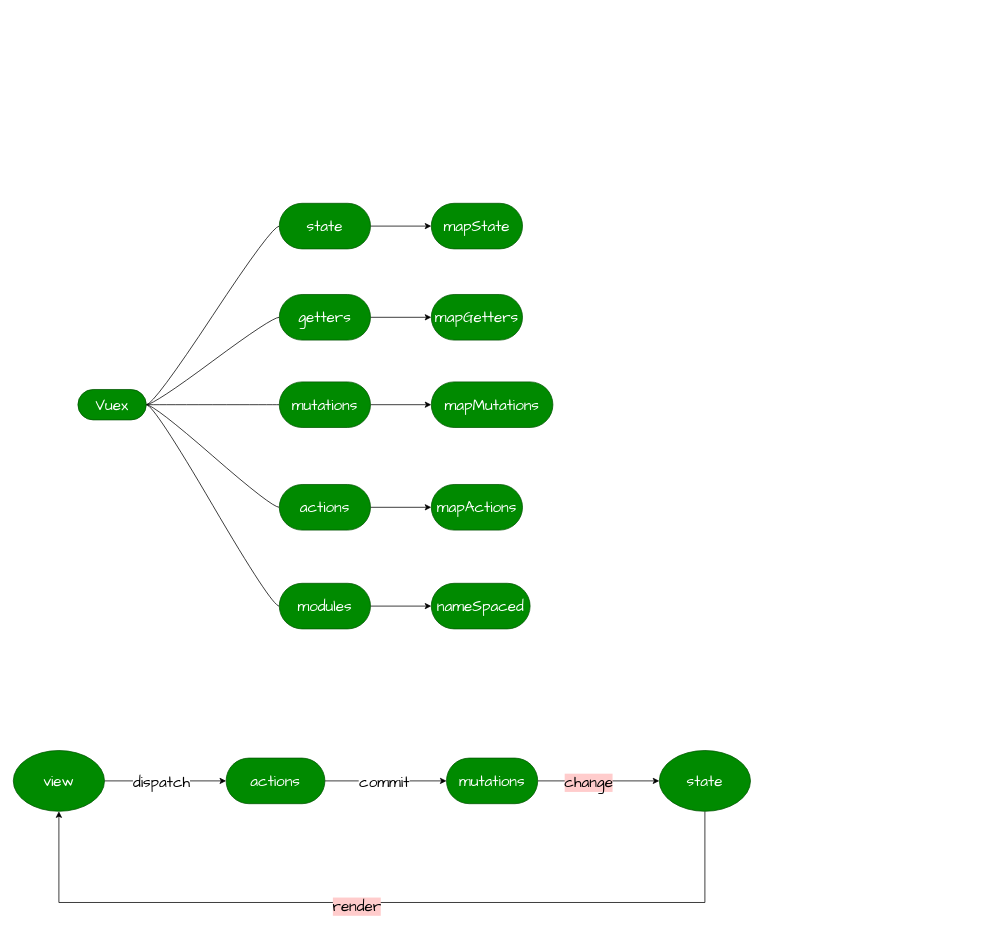
Above: Vuex_v3.x.drawio in sunflower-x/DrawRep (draw.io), before the change. Source tidied: cells renumbered, new cells numbered last; positions are measured from the earlier drawing's top-left corner, leaving out a move shared by most shapes. Both pictures are drawn from the tidied source at 76%, with x=0, y=0 at pixel (13, 203).
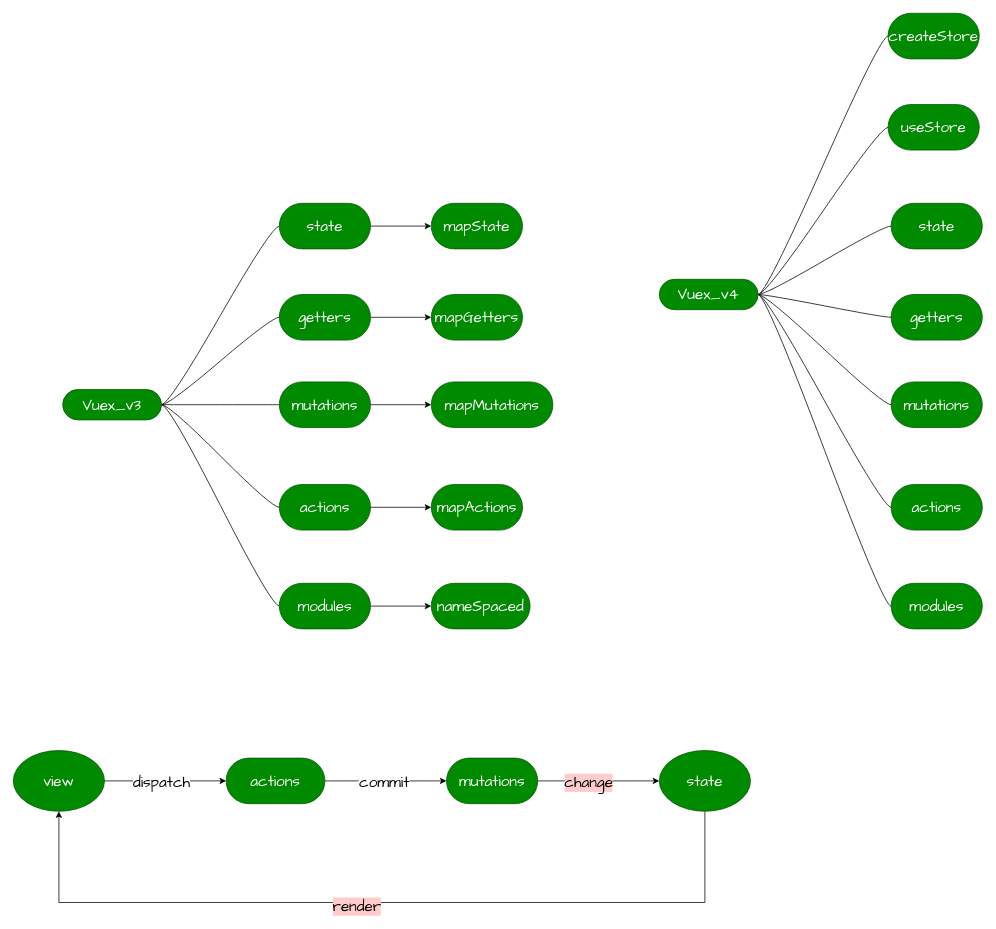
After the change.

Diff of the diagram source:
```diff
@@
-    <mxCell id="7" value="Vuex" style="whiteSpace=wrap;html=1;rounded=1;arcSize=50;align=center;verticalAlign=middle;strokeWidth=1;spacing=4;newEdgeStyle={&quot;edgeStyle&quot;:&quot;entityRelationEdgeStyle&quot;,&quot;startArrow&quot;:&quot;none&quot;,&quot;endArrow&quot;:&quot;none&quot;,&quot;segment&quot;:10,&quot;curved&quot;:1,&quot;sourcePerimeterSpacing&quot;:0,&quot;targetPerimeterSpacing&quot;:0};fontFamily=Comic Sans MS;fillColor=#008a00;fontColor=#ffffff;strokeColor=#005700;fontSize=20;" parent="1" vertex="1">
-      <mxGeometry x="85" y="245" width="90" height="40" as="geometry" />
+    <mxCell id="7" value="Vuex_v3" style="whiteSpace=wrap;html=1;rounded=1;arcSize=50;align=center;verticalAlign=middle;strokeWidth=1;spacing=4;newEdgeStyle={&quot;edgeStyle&quot;:&quot;entityRelationEdgeStyle&quot;,&quot;startArrow&quot;:&quot;none&quot;,&quot;endArrow&quot;:&quot;none&quot;,&quot;segment&quot;:10,&quot;curved&quot;:1,&quot;sourcePerimeterSpacing&quot;:0,&quot;targetPerimeterSpacing&quot;:0};fontFamily=Comic Sans MS;fillColor=#008a00;fontColor=#ffffff;strokeColor=#005700;fontSize=20;" parent="1" vertex="1">
+      <mxGeometry x="65" y="245" width="130" height="40" as="geometry" />
     </mxCell>
@@
+    <mxCell id="35" style="edgeStyle=entityRelationEdgeStyle;rounded=0;jettySize=auto;html=1;startArrow=none;endArrow=none;segment=10;curved=1;sourcePerimeterSpacing=0;targetPerimeterSpacing=0;" parent="1" edge="1" source="42" target="43">
+      <mxGeometry relative="1" as="geometry" />
+    </mxCell>
+    <mxCell id="36" style="edgeStyle=entityRelationEdgeStyle;rounded=0;jettySize=auto;html=1;startArrow=none;endArrow=none;segment=10;curved=1;sourcePerimeterSpacing=0;targetPerimeterSpacing=0;" parent="1" edge="1" source="42" target="44">
+      <mxGeometry relative="1" as="geometry" />
+    </mxCell>
+    <mxCell id="37" style="edgeStyle=entityRelationEdgeStyle;rounded=0;jettySize=auto;html=1;startArrow=none;endArrow=none;segment=10;curved=1;sourcePerimeterSpacing=0;targetPerimeterSpacing=0;" parent="1" edge="1" source="42" target="45">
+      <mxGeometry relative="1" as="geometry" />
+    </mxCell>
+    <mxCell id="38" style="edgeStyle=entityRelationEdgeStyle;rounded=0;jettySize=auto;html=1;startArrow=none;endArrow=none;segment=10;curved=1;sourcePerimeterSpacing=0;targetPerimeterSpacing=0;" parent="1" edge="1" source="42" target="46">
+      <mxGeometry relative="1" as="geometry" />
+    </mxCell>
+    <mxCell id="39" style="edgeStyle=entityRelationEdgeStyle;rounded=0;jettySize=auto;html=1;startArrow=none;endArrow=none;segment=10;curved=1;sourcePerimeterSpacing=0;targetPerimeterSpacing=0;" parent="1" edge="1" source="42" target="47">
+      <mxGeometry relative="1" as="geometry" />
+    </mxCell>
+    <mxCell id="40" style="edgeStyle=entityRelationEdgeStyle;rounded=0;jettySize=auto;html=1;startArrow=none;endArrow=none;segment=10;curved=1;sourcePerimeterSpacing=0;targetPerimeterSpacing=0;" parent="1" edge="1" source="42" target="48">
+      <mxGeometry relative="1" as="geometry" />
+    </mxCell>
+    <mxCell id="41" style="edgeStyle=entityRelationEdgeStyle;rounded=0;jettySize=auto;html=1;startArrow=none;endArrow=none;segment=10;curved=1;sourcePerimeterSpacing=0;targetPerimeterSpacing=0;" parent="1" edge="1" source="42" target="49">
+      <mxGeometry relative="1" as="geometry" />
+    </mxCell>
+    <mxCell id="42" value="Vuex_v4" style="whiteSpace=wrap;html=1;rounded=1;arcSize=50;align=center;verticalAlign=middle;strokeWidth=1;spacing=4;newEdgeStyle={&quot;edgeStyle&quot;:&quot;entityRelationEdgeStyle&quot;,&quot;startArrow&quot;:&quot;none&quot;,&quot;endArrow&quot;:&quot;none&quot;,&quot;segment&quot;:10,&quot;curved&quot;:1,&quot;sourcePerimeterSpacing&quot;:0,&quot;targetPerimeterSpacing&quot;:0};fontFamily=Comic Sans MS;fillColor=#008a00;fontColor=#ffffff;strokeColor=#005700;fontSize=20;" parent="1" vertex="1">
+      <mxGeometry x="850" y="100" width="130" height="40" as="geometry" />
+    </mxCell>
+    <mxCell id="43" value="state" style="whiteSpace=wrap;html=1;fontSize=20;fontFamily=Comic Sans MS;fillColor=#008a00;strokeColor=#005700;fontColor=#ffffff;rounded=1;arcSize=50;strokeWidth=1;spacing=4;" parent="1" vertex="1">
+      <mxGeometry x="1155" width="120" height="60" as="geometry" />
+    </mxCell>
+    <mxCell id="44" value="getters" style="whiteSpace=wrap;html=1;fontSize=20;fontFamily=Comic Sans MS;fillColor=#008a00;strokeColor=#005700;fontColor=#ffffff;rounded=1;arcSize=50;strokeWidth=1;spacing=4;" parent="1" vertex="1">
+      <mxGeometry x="1155" y="120" width="120" height="60" as="geometry" />
+    </mxCell>
+    <mxCell id="45" value="mutations" style="whiteSpace=wrap;html=1;fontSize=20;fontFamily=Comic Sans MS;fillColor=#008a00;strokeColor=#005700;fontColor=#ffffff;rounded=1;arcSize=50;strokeWidth=1;spacing=4;" parent="1" vertex="1">
+      <mxGeometry x="1155" y="235" width="120" height="60" as="geometry" />
+    </mxCell>
+    <mxCell id="46" value="actions" style="whiteSpace=wrap;html=1;fontSize=20;fontFamily=Comic Sans MS;fillColor=#008a00;strokeColor=#005700;fontColor=#ffffff;rounded=1;arcSize=50;strokeWidth=1;spacing=4;" parent="1" vertex="1">
+      <mxGeometry x="1155" y="370" width="120" height="60" as="geometry" />
+    </mxCell>
+    <mxCell id="47" value="modules" style="whiteSpace=wrap;html=1;fontSize=20;fontFamily=Comic Sans MS;fillColor=#008a00;strokeColor=#005700;fontColor=#ffffff;rounded=1;arcSize=50;strokeWidth=1;spacing=4;" parent="1" vertex="1">
+      <mxGeometry x="1155" y="500" width="120" height="60" as="geometry" />
+    </mxCell>
+    <mxCell id="48" value="createStore" style="whiteSpace=wrap;html=1;fontSize=20;fontFamily=Comic Sans MS;fillColor=#008a00;strokeColor=#005700;fontColor=#ffffff;rounded=1;arcSize=50;strokeWidth=1;spacing=4;" parent="1" vertex="1">
+      <mxGeometry x="1151" y="-250" width="120" height="60" as="geometry" />
+    </mxCell>
+    <mxCell id="49" value="useStore" style="whiteSpace=wrap;html=1;fontSize=20;fontFamily=Comic Sans MS;fillColor=#008a00;strokeColor=#005700;fontColor=#ffffff;rounded=1;arcSize=50;strokeWidth=1;spacing=4;" parent="1" vertex="1">
+      <mxGeometry x="1151" y="-130" width="120" height="60" as="geometry" />
+    </mxCell>
```
